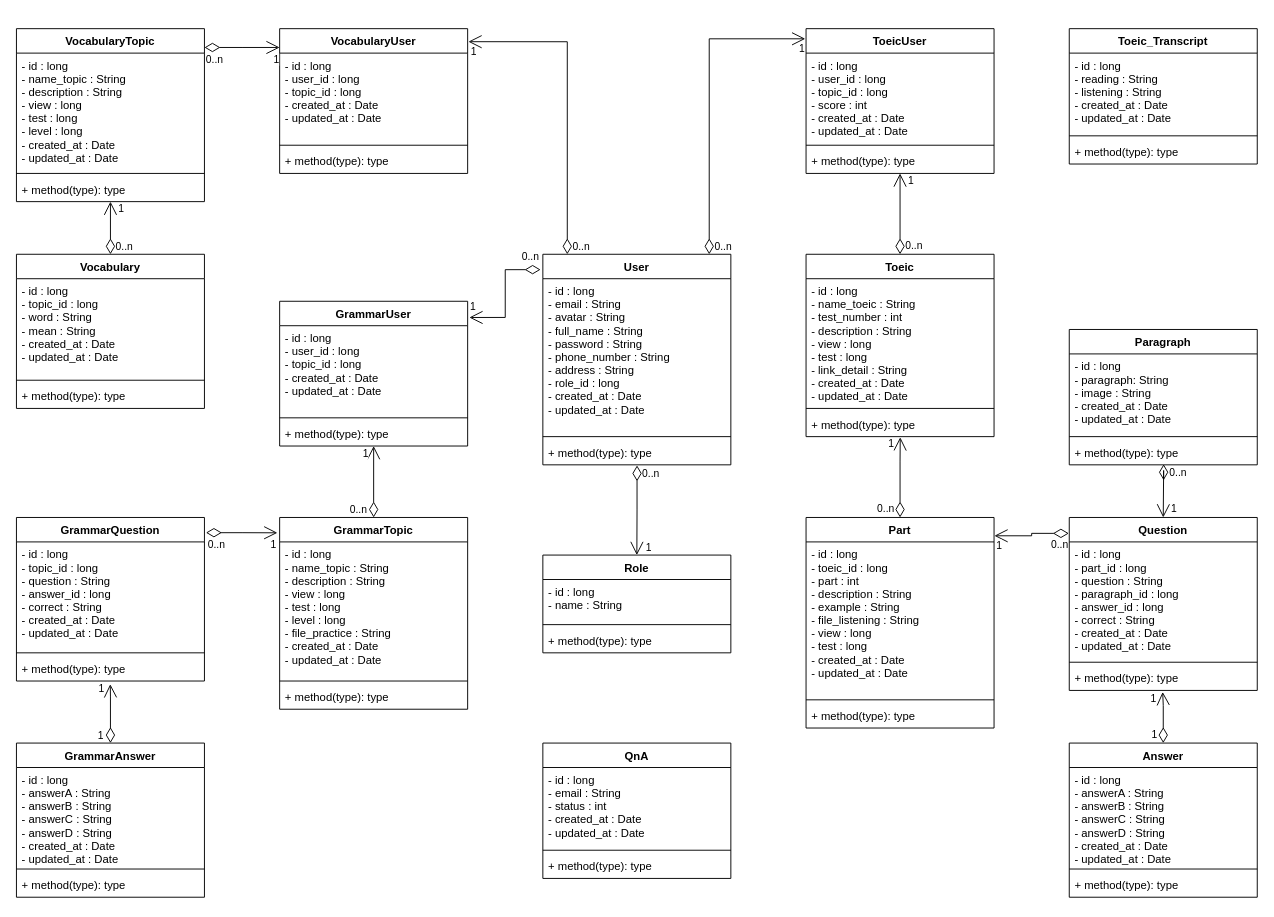
Before: page "Class Diagram" (5 of 8) of ToeicTestSystemManagementProjectDiagram.drawio in SangSama/ToeicTestSystemManagementProject, a draw.io diagram. Source tidied: cells renumbered, new cells numbered last; positions are measured from the earlier drawing's top-left corner, leaving out a move shared by most shapes. Both pictures are drawn from the tidied source at 94%, with x=0, y=0 at pixel (16, 28).
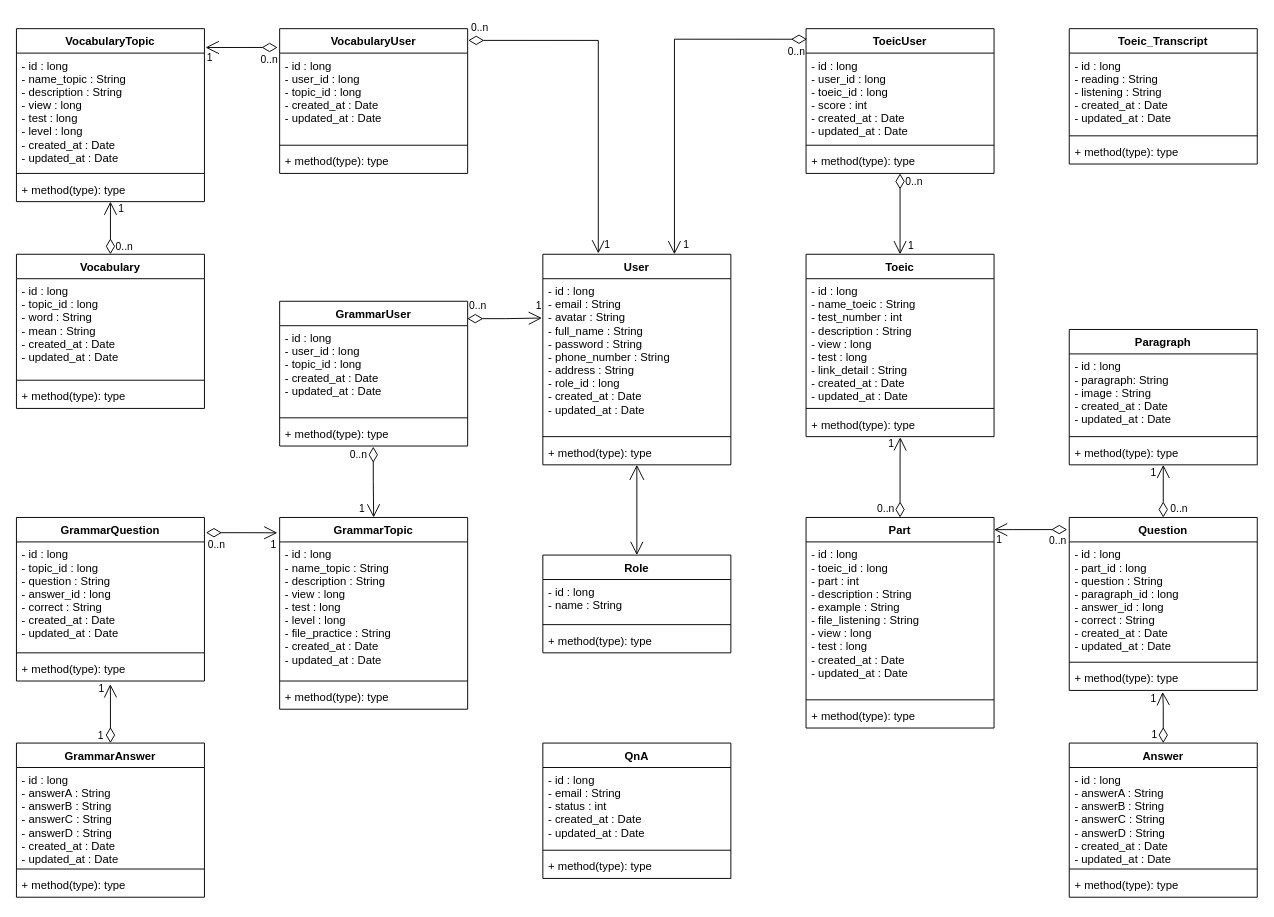
The same page after the edit.

The change refers to these unchanged cells:
```xml
<mxCell id="2" value="User" style="swimlane;fontStyle=1;align=center;verticalAlign=top;horizontal=1;startSize=26;glass=0;" parent="1" vertex="1">
  <mxGeometry x="560" y="240" width="200" height="224" as="geometry" />
</mxCell>
<mxCell id="3" value="- id : long&#10;- email : String&#10;- avatar : String&#10;- full_name : String&#10;- password : String&#10;- phone_number : String&#10;- address : String&#10;- role_id : long&#10;- created_at : Date&#10;- updated_at : Date" style="text;strokeColor=none;fillColor=none;align=left;verticalAlign=top;spacingLeft=4;spacingRight=4;overflow=hidden;points=[[0,0.5],[1,0.5]];portConstraint=eastwest;" parent="2" vertex="1">
  <mxGeometry y="26" width="200" height="164" as="geometry" />
</mxCell>
<mxCell id="5" value="+ method(type): type" style="text;strokeColor=none;fillColor=none;align=left;verticalAlign=top;spacingLeft=4;spacingRight=4;overflow=hidden;points=[[0,0.5],[1,0.5]];portConstraint=eastwest;" parent="2" vertex="1">
  <mxGeometry y="198" width="200" height="26" as="geometry" />
</mxCell>
<mxCell id="6" value="Role" style="swimlane;fontStyle=1;align=center;verticalAlign=top;horizontal=1;startSize=26;glass=0;" parent="1" vertex="1">
  <mxGeometry x="560" y="560" width="200" height="104" as="geometry" />
</mxCell>
<mxCell id="10" value="VocabularyUser" style="swimlane;fontStyle=1;align=center;verticalAlign=top;horizontal=1;startSize=26;glass=0;" parent="1" vertex="1">
  <mxGeometry x="280" width="200" height="154" as="geometry" />
</mxCell>
<mxCell id="14" value="VocabularyTopic" style="swimlane;fontStyle=1;align=center;verticalAlign=top;horizontal=1;startSize=26;glass=0;" parent="1" vertex="1">
  <mxGeometry width="200" height="184" as="geometry" />
</mxCell>
<mxCell id="22" value="GrammarUser" style="swimlane;fontStyle=1;align=center;verticalAlign=top;horizontal=1;startSize=26;glass=0;" parent="1" vertex="1">
  <mxGeometry x="280" y="290" width="200" height="154" as="geometry" />
</mxCell>
<mxCell id="25" value="+ method(type): type" style="text;strokeColor=none;fillColor=none;align=left;verticalAlign=top;spacingLeft=4;spacingRight=4;overflow=hidden;points=[[0,0.5],[1,0.5]];portConstraint=eastwest;" parent="22" vertex="1">
  <mxGeometry y="128" width="200" height="26" as="geometry" />
</mxCell>
<mxCell id="26" value="GrammarTopic" style="swimlane;fontStyle=1;align=center;verticalAlign=top;horizontal=1;startSize=26;glass=0;" parent="1" vertex="1">
  <mxGeometry x="280" y="520" width="200" height="204" as="geometry" />
</mxCell>
<mxCell id="38" value="ToeicUser" style="swimlane;fontStyle=1;align=center;verticalAlign=top;horizontal=1;startSize=26;glass=0;" parent="1" vertex="1">
  <mxGeometry x="840" width="200" height="154" as="geometry" />
</mxCell>
<mxCell id="42" value="Toeic" style="swimlane;fontStyle=1;align=center;verticalAlign=top;horizontal=1;startSize=26;glass=0;" parent="1" vertex="1">
  <mxGeometry x="840" y="240" width="200" height="194" as="geometry" />
</mxCell>
<mxCell id="46" value="Part" style="swimlane;fontStyle=1;align=center;verticalAlign=top;horizontal=1;startSize=26;glass=0;" parent="1" vertex="1">
  <mxGeometry x="840" y="520" width="200" height="224" as="geometry" />
</mxCell>
<mxCell id="54" value="Question" style="swimlane;fontStyle=1;align=center;verticalAlign=top;horizontal=1;startSize=26;glass=0;" parent="1" vertex="1">
  <mxGeometry x="1120" y="520" width="200" height="184" as="geometry" />
</mxCell>
<mxCell id="92" value="Paragraph" style="swimlane;fontStyle=1;align=center;verticalAlign=top;horizontal=1;startSize=26;glass=0;" parent="1" vertex="1">
  <mxGeometry x="1120" y="320" width="200" height="144" as="geometry" />
</mxCell>
<mxCell id="95" value="+ method(type): type" style="text;strokeColor=none;fillColor=none;align=left;verticalAlign=top;spacingLeft=4;spacingRight=4;overflow=hidden;points=[[0,0.5],[1,0.5]];portConstraint=eastwest;" parent="92" vertex="1">
  <mxGeometry y="118" width="200" height="26" as="geometry" />
</mxCell>
```

Diff of the diagram source:
```diff
@@
-    <mxCell id="39" value="- id : long&#10;- user_id : long&#10;- topic_id : long&#10;- score : int&#10;- created_at : Date&#10;- updated_at : Date" style="text;strokeColor=none;fillColor=none;align=left;verticalAlign=top;spacingLeft=4;spacingRight=4;overflow=hidden;" parent="38" vertex="1">
+    <mxCell id="39" value="- id : long&#10;- user_id : long&#10;- toeic_id : long&#10;- score : int&#10;- created_at : Date&#10;- updated_at : Date" style="text;strokeColor=none;fillColor=none;align=left;verticalAlign=top;spacingLeft=4;spacingRight=4;overflow=hidden;" parent="38" vertex="1">
       <mxGeometry y="26" width="200" height="94" as="geometry" />
     </mxCell>
@@
-    <mxCell id="58" style="endArrow=open;html=1;endSize=12;startArrow=diamondThin;startSize=14;startFill=0;edgeStyle=orthogonalEdgeStyle;rounded=0;entryX=1.004;entryY=0.09;entryDx=0;entryDy=0;entryPerimeter=0;" parent="1" edge="1" source="2" target="10">
+    <mxCell id="58" style="endArrow=open;html=1;endSize=12;startArrow=diamondThin;startSize=14;startFill=0;edgeStyle=orthogonalEdgeStyle;rounded=0;entryX=0.295;entryY=-0.004;entryDx=0;entryDy=0;entryPerimeter=0;exitX=1.003;exitY=0.081;exitDx=0;exitDy=0;exitPerimeter=0;" parent="1" edge="1" source="10" target="2">
       <mxGeometry relative="1" as="geometry">
         <Array as="points">
-          <mxPoint x="586" y="14" />
+          <mxPoint x="619" y="12" />
         </Array>
       </mxGeometry>
     </mxCell>
     <mxCell id="59" value="0..n" style="edgeLabel;html=1;align=left;verticalAlign=top;" parent="58" vertex="1">
       <mxGeometry x="-1" relative="1" as="geometry">
-        <mxPoint x="4" y="-21" as="offset" />
+        <mxPoint x="1" y="-26" as="offset" />
       </mxGeometry>
     </mxCell>
     <mxCell id="60" value="1" style="edgeLabel;html=1;align=right;verticalAlign=top;" parent="58" vertex="1">
       <mxGeometry x="1" relative="1" as="geometry">
-        <mxPoint x="9" y="-2" as="offset" />
+        <mxPoint x="13" y="-22" as="offset" />
       </mxGeometry>
     </mxCell>
-    <mxCell id="61" style="endArrow=open;html=1;endSize=12;startArrow=diamondThin;startSize=14;startFill=0;edgeStyle=orthogonalEdgeStyle;rounded=0;entryX=-0.004;entryY=0.07;entryDx=0;entryDy=0;entryPerimeter=0;exitX=0.885;exitY=0;exitDx=0;exitDy=0;exitPerimeter=0;" parent="1" edge="1" source="2" target="38">
+    <mxCell id="61" style="endArrow=open;html=1;endSize=12;startArrow=diamondThin;startSize=14;startFill=0;edgeStyle=orthogonalEdgeStyle;rounded=0;entryX=0.7;entryY=0;entryDx=0;entryDy=0;entryPerimeter=0;exitX=0.005;exitY=0.073;exitDx=0;exitDy=0;exitPerimeter=0;" parent="1" edge="1" source="38" target="2">
       <mxGeometry relative="1" as="geometry" />
     </mxCell>
     <mxCell id="62" value="0..n" style="edgeLabel;html=1;align=left;verticalAlign=top;" parent="61" vertex="1">
       <mxGeometry x="-1" relative="1" as="geometry">
-        <mxPoint x="4" y="-21" as="offset" />
+        <mxPoint x="-22" as="offset" />
       </mxGeometry>
     </mxCell>
     <mxCell id="63" value="1" style="edgeLabel;html=1;align=right;verticalAlign=top;" parent="61" vertex="1">
       <mxGeometry x="1" relative="1" as="geometry">
-        <mxPoint y="-3" as="offset" />
+        <mxPoint x="16" y="-23" as="offset" />
       </mxGeometry>
     </mxCell>
-    <mxCell id="64" style="endArrow=open;html=1;endSize=12;startArrow=diamondThin;startSize=14;startFill=0;edgeStyle=orthogonalEdgeStyle;rounded=0;" parent="1" edge="1">
-      <mxGeometry relative="1" as="geometry">
-        <mxPoint x="200" y="20" as="sourcePoint" />
-        <mxPoint x="280" y="20" as="targetPoint" />
-        <Array as="points">
-          <mxPoint x="240" y="20" />
-          <mxPoint x="240" y="20" />
-        </Array>
-      </mxGeometry>
+    <mxCell id="64" style="endArrow=open;html=1;endSize=12;startArrow=diamondThin;startSize=14;startFill=0;edgeStyle=orthogonalEdgeStyle;rounded=0;exitX=-0.011;exitY=0.13;exitDx=0;exitDy=0;exitPerimeter=0;entryX=1.006;entryY=0.109;entryDx=0;entryDy=0;entryPerimeter=0;" parent="1" edge="1" source="10" target="14">
+      <mxGeometry relative="1" as="geometry" />
     </mxCell>
     <mxCell id="65" value="0..n" style="edgeLabel;html=1;align=left;verticalAlign=top;" parent="64" vertex="1">
-      <mxGeometry x="-1" relative="1" as="geometry" />
+      <mxGeometry x="-1" relative="1" as="geometry">
+        <mxPoint x="-20" as="offset" />
+      </mxGeometry>
     </mxCell>
     <mxCell id="66" value="1" style="edgeLabel;html=1;align=right;verticalAlign=top;" parent="64" vertex="1">
-      <mxGeometry x="1" relative="1" as="geometry" />
+      <mxGeometry x="1" relative="1" as="geometry">
+        <mxPoint x="8" y="-2" as="offset" />
+      </mxGeometry>
     </mxCell>
@@
-    <mxCell id="70" style="endArrow=open;html=1;endSize=12;startArrow=diamondThin;startSize=14;startFill=0;edgeStyle=orthogonalEdgeStyle;rounded=0;entryX=1.009;entryY=0.112;entryDx=0;entryDy=0;entryPerimeter=0;exitX=-0.012;exitY=0.073;exitDx=0;exitDy=0;exitPerimeter=0;" parent="1" edge="1" source="2" target="22">
-      <mxGeometry x="1" y="22" relative="1" as="geometry">
-        <mxPoint x="20" y="12" as="offset" />
-      </mxGeometry>
-    </mxCell>
-    <mxCell id="71" value="0..n" style="edgeLabel;html=1;align=left;verticalAlign=top;" parent="70" vertex="1">
-      <mxGeometry x="-1" relative="1" as="geometry">
-        <mxPoint x="-22" y="-26" as="offset" />
-      </mxGeometry>
-    </mxCell>
-    <mxCell id="72" value="1" style="edgeLabel;html=1;align=right;verticalAlign=top;" parent="70" vertex="1">
-      <mxGeometry x="1" relative="1" as="geometry">
-        <mxPoint x="8" y="-24" as="offset" />
-      </mxGeometry>
-    </mxCell>
-    <mxCell id="73" style="endArrow=open;html=1;endSize=12;startArrow=diamondThin;startSize=14;startFill=0;edgeStyle=orthogonalEdgeStyle;rounded=0;entryX=0.5;entryY=0;entryDx=0;entryDy=0;exitX=0.501;exitY=1.024;exitDx=0;exitDy=0;exitPerimeter=0;" parent="1" edge="1" source="5" target="6">
-      <mxGeometry relative="1" as="geometry" />
-    </mxCell>
-    <mxCell id="74" value="0..n" style="edgeLabel;html=1;align=left;verticalAlign=top;" parent="73" vertex="1">
-      <mxGeometry x="-1" relative="1" as="geometry">
-        <mxPoint x="4" y="-5" as="offset" />
-      </mxGeometry>
-    </mxCell>
-    <mxCell id="75" value="1" style="edgeLabel;html=1;align=right;verticalAlign=top;" parent="73" vertex="1">
-      <mxGeometry x="1" relative="1" as="geometry">
-        <mxPoint x="16" y="-21" as="offset" />
-      </mxGeometry>
-    </mxCell>
@@
-    <mxCell id="79" style="endArrow=open;html=1;endSize=12;startArrow=diamondThin;startSize=14;startFill=0;edgeStyle=orthogonalEdgeStyle;rounded=0;exitX=0.5;exitY=0;exitDx=0;exitDy=0;entryX=0.5;entryY=1;entryDx=0;entryDy=0;" parent="1" edge="1" source="26" target="22">
-      <mxGeometry relative="1" as="geometry" />
-    </mxCell>
-    <mxCell id="80" value="0..n" style="edgeLabel;html=1;align=left;verticalAlign=top;" parent="79" vertex="1">
-      <mxGeometry x="-1" relative="1" as="geometry">
-        <mxPoint x="-27" y="-21" as="offset" />
-      </mxGeometry>
-    </mxCell>
-    <mxCell id="81" value="1" style="edgeLabel;html=1;align=right;verticalAlign=top;" parent="79" vertex="1">
-      <mxGeometry x="1" relative="1" as="geometry">
-        <mxPoint x="-5" y="-5" as="offset" />
-      </mxGeometry>
-    </mxCell>
-    <mxCell id="82" style="endArrow=open;html=1;endSize=12;startArrow=diamondThin;startSize=14;startFill=0;edgeStyle=orthogonalEdgeStyle;rounded=0;exitX=0.5;exitY=0;exitDx=0;exitDy=0;entryX=0.5;entryY=1;entryDx=0;entryDy=0;" parent="1" edge="1" source="42" target="38">
+    <mxCell id="82" style="endArrow=open;html=1;endSize=12;startArrow=diamondThin;startSize=14;startFill=0;edgeStyle=orthogonalEdgeStyle;rounded=0;entryX=0.5;entryY=0;entryDx=0;entryDy=0;exitX=0.5;exitY=1;exitDx=0;exitDy=0;" parent="1" edge="1" source="38" target="42">
       <mxGeometry relative="1" as="geometry" />
     </mxCell>
     <mxCell id="83" value="0..n" style="edgeLabel;html=1;align=left;verticalAlign=top;" parent="82" vertex="1">
       <mxGeometry x="-1" relative="1" as="geometry">
-        <mxPoint x="4" y="-22" as="offset" />
+        <mxPoint x="4" y="-4" as="offset" />
       </mxGeometry>
     </mxCell>
     <mxCell id="84" value="1" style="edgeLabel;html=1;align=right;verticalAlign=top;" parent="82" vertex="1">
       <mxGeometry x="1" relative="1" as="geometry">
-        <mxPoint x="15" y="-5" as="offset" />
+        <mxPoint x="15" y="-22" as="offset" />
       </mxGeometry>
     </mxCell>
@@
-    <mxCell id="99" style="endArrow=open;html=1;endSize=12;startArrow=diamondThin;startSize=14;startFill=0;edgeStyle=orthogonalEdgeStyle;rounded=0;exitX=-0.002;exitY=0.092;exitDx=0;exitDy=0;exitPerimeter=0;entryX=1.002;entryY=0.087;entryDx=0;entryDy=0;entryPerimeter=0;" parent="1" edge="1" source="54" target="46">
-      <mxGeometry relative="1" as="geometry" />
+    <mxCell id="99" style="endArrow=open;html=1;endSize=12;startArrow=diamondThin;startSize=14;startFill=0;edgeStyle=orthogonalEdgeStyle;rounded=0;exitX=-0.011;exitY=0.07;exitDx=0;exitDy=0;exitPerimeter=0;entryX=1;entryY=0.058;entryDx=0;entryDy=0;entryPerimeter=0;" parent="1" edge="1" source="54" target="46">
+      <mxGeometry relative="1" as="geometry">
+        <Array as="points">
+          <mxPoint x="1060" y="533" />
+          <mxPoint x="1060" y="533" />
+        </Array>
+      </mxGeometry>
     </mxCell>
@@
-    <mxCell id="106" style="endArrow=open;html=1;endSize=12;startArrow=diamondThin;startSize=14;startFill=0;edgeStyle=orthogonalEdgeStyle;rounded=0;entryX=0.5;entryY=0;entryDx=0;entryDy=0;exitX=0.502;exitY=0.976;exitDx=0;exitDy=0;exitPerimeter=0;" parent="1" edge="1" source="95" target="54">
-      <mxGeometry relative="1" as="geometry">
-        <Array as="points">
-          <mxPoint x="1220" y="470" />
-          <mxPoint x="1220" y="470" />
-        </Array>
-      </mxGeometry>
-    </mxCell>
-    <mxCell id="107" value="0..n" style="edgeLabel;html=1;align=left;verticalAlign=top;" parent="106" vertex="1">
-      <mxGeometry x="-1" relative="1" as="geometry">
-        <mxPoint x="5" y="-4" as="offset" />
-      </mxGeometry>
-    </mxCell>
-    <mxCell id="108" value="1" style="edgeLabel;html=1;align=right;verticalAlign=top;" parent="106" vertex="1">
-      <mxGeometry x="1" relative="1" as="geometry">
-        <mxPoint x="15" y="-22" as="offset" />
-      </mxGeometry>
-    </mxCell>
@@
+    <mxCell id="70" style="endArrow=open;html=1;endSize=12;startArrow=diamondThin;startSize=14;startFill=0;edgeStyle=orthogonalEdgeStyle;rounded=0;entryX=-0.005;entryY=0.255;entryDx=0;entryDy=0;entryPerimeter=0;exitX=0.998;exitY=0.12;exitDx=0;exitDy=0;exitPerimeter=0;" parent="1" edge="1" source="22" target="3">
+      <mxGeometry x="1" y="22" relative="1" as="geometry">
+        <mxPoint x="20" y="12" as="offset" />
+      </mxGeometry>
+    </mxCell>
+    <mxCell id="71" value="0..n" style="edgeLabel;html=1;align=left;verticalAlign=top;" parent="70" vertex="1">
+      <mxGeometry x="-1" relative="1" as="geometry">
+        <mxPoint y="-26" as="offset" />
+      </mxGeometry>
+    </mxCell>
+    <mxCell id="72" value="1" style="edgeLabel;html=1;align=right;verticalAlign=top;" parent="70" vertex="1">
+      <mxGeometry x="1" relative="1" as="geometry">
+        <mxPoint y="-26" as="offset" />
+      </mxGeometry>
+    </mxCell>
+    <mxCell id="79" style="endArrow=open;html=1;endSize=12;startArrow=diamondThin;startSize=14;startFill=0;edgeStyle=orthogonalEdgeStyle;rounded=0;entryX=0.5;entryY=0;entryDx=0;entryDy=0;exitX=0.498;exitY=1.031;exitDx=0;exitDy=0;exitPerimeter=0;" parent="1" edge="1" source="25" target="26">
+      <mxGeometry relative="1" as="geometry" />
+    </mxCell>
+    <mxCell id="80" value="0..n" style="edgeLabel;html=1;align=left;verticalAlign=top;" parent="79" vertex="1">
+      <mxGeometry x="-1" relative="1" as="geometry">
+        <mxPoint x="-27" y="-5" as="offset" />
+      </mxGeometry>
+    </mxCell>
+    <mxCell id="81" value="1" style="edgeLabel;html=1;align=right;verticalAlign=top;" parent="79" vertex="1">
+      <mxGeometry x="1" relative="1" as="geometry">
+        <mxPoint x="-9" y="-22" as="offset" />
+      </mxGeometry>
+    </mxCell>
+    <mxCell id="112" style="endArrow=open;html=1;endSize=12;startArrow=open;startSize=14;startFill=0;edgeStyle=orthogonalEdgeStyle;align=center;verticalAlign=bottom;endFill=0;rounded=0;entryX=0.5;entryY=0;entryDx=0;entryDy=0;exitX=0.5;exitY=1;exitDx=0;exitDy=0;" parent="1" edge="1" source="2" target="6">
+      <mxGeometry y="3" relative="1" as="geometry" />
+    </mxCell>
+    <mxCell id="113" style="endArrow=open;html=1;endSize=12;startArrow=diamondThin;startSize=14;startFill=0;edgeStyle=orthogonalEdgeStyle;rounded=0;exitX=0.5;exitY=0;exitDx=0;exitDy=0;entryX=0.5;entryY=1;entryDx=0;entryDy=0;" parent="1" edge="1" source="54" target="92">
+      <mxGeometry relative="1" as="geometry" />
+    </mxCell>
+    <mxCell id="114" value="0..n" style="edgeLabel;html=1;align=left;verticalAlign=top;" parent="113" vertex="1">
+      <mxGeometry x="-1" relative="1" as="geometry">
+        <mxPoint x="6" y="-22" as="offset" />
+      </mxGeometry>
+    </mxCell>
+    <mxCell id="115" value="1" style="edgeLabel;html=1;align=right;verticalAlign=top;" parent="113" vertex="1">
+      <mxGeometry x="1" relative="1" as="geometry">
+        <mxPoint x="-7" y="-5" as="offset" />
+      </mxGeometry>
+    </mxCell>
```
